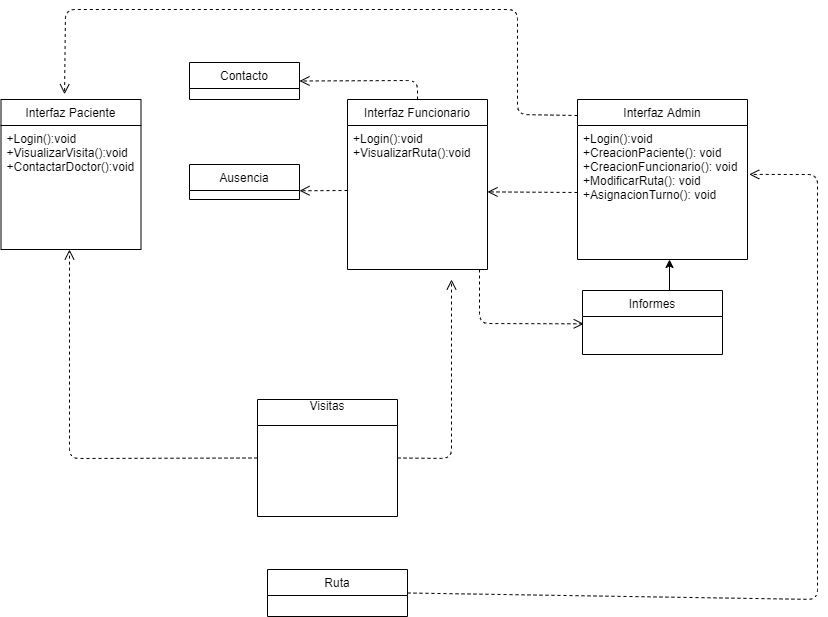
Earlier version of the draw.io export Diagramas de clase/DiagramaCompleto.png (DanSotoC/G4HD). Source tidied: cells renumbered, new cells last; positions are measured from the earlier drawing's top-left corner, leaving out a move shared by most shapes.
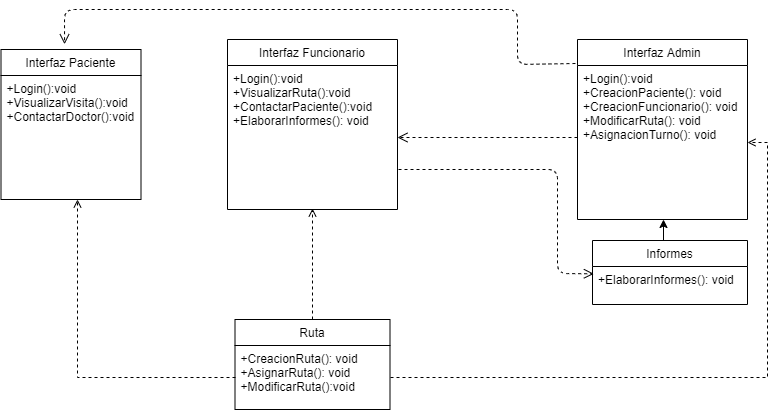
After the change.

The edit, as a diff of the source:
```diff
@@ -3,28 +3,30 @@
     <mxCell id="0" />
     <mxCell id="1" parent="0" />
     <mxCell id="2" value="Interfaz Funcionario" style="swimlane;fontStyle=0;horizontal=1;startSize=26;fillColor=none;" parent="1" vertex="1">
-      <mxGeometry x="346" y="90" width="140" height="170" as="geometry" />
+      <mxGeometry x="226" y="80" width="170" height="170" as="geometry" />
     </mxCell>
-    <mxCell id="3" value="+Login():void&#10;+VisualizarRuta():void" style="text;strokeColor=none;fillColor=none;align=left;verticalAlign=top;spacingLeft=4;spacingRight=4;overflow=hidden;points=[[0,0.5],[1,0.5]];portConstraint=eastwest;" parent="2" vertex="1">
-      <mxGeometry y="26" width="140" height="144" as="geometry" />
+    <mxCell id="3" value="+Login():void&#10;+VisualizarRuta():void&#10;+ContactarPaciente():void&#10;+ElaborarInformes(): void" style="text;strokeColor=none;fillColor=none;align=left;verticalAlign=top;spacingLeft=4;spacingRight=4;overflow=hidden;points=[[0,0.5],[1,0.5]];portConstraint=eastwest;" parent="2" vertex="1">
+      <mxGeometry y="26" width="170" height="144" as="geometry" />
     </mxCell>
-    <mxCell id="4" style="edgeStyle=orthogonalEdgeStyle;rounded=0;jettySize=auto;html=1;exitX=0.5;exitY=0;exitDx=0;exitDy=0;entryX=0.543;entryY=1;entryDx=0;entryDy=0;entryPerimeter=0;" parent="1" edge="1" source="5" target="9">
+    <mxCell id="4" style="edgeStyle=orthogonalEdgeStyle;rounded=0;jettySize=auto;html=1;exitX=0.5;exitY=0;exitDx=0;exitDy=0;entryX=0.506;entryY=1;entryDx=0;entryDy=0;entryPerimeter=0;" parent="1" edge="1" source="5" target="9">
       <mxGeometry relative="1" as="geometry" />
     </mxCell>
     <mxCell id="5" value="&#10;Informes&#10;" style="swimlane;fontStyle=0;horizontal=1;startSize=26;fillColor=none;" parent="1" vertex="1">
-      <mxGeometry x="581" y="281" width="140" height="64" as="geometry" />
+      <mxGeometry x="591" y="281" width="155" height="64" as="geometry" />
     </mxCell>
-    <mxCell id="6" value="&#10;" style="text;strokeColor=none;fillColor=none;align=left;verticalAlign=top;spacingLeft=4;spacingRight=4;overflow=hidden;points=[[0,0.5],[1,0.5]];portConstraint=eastwest;" parent="5" vertex="1">
-      <mxGeometry y="26" width="140" height="38" as="geometry" />
+    <mxCell id="6" value="+ElaborarInformes(): void" style="text;strokeColor=none;fillColor=none;align=left;verticalAlign=top;spacingLeft=4;spacingRight=4;overflow=hidden;points=[[0,0.5],[1,0.5]];portConstraint=eastwest;" parent="5" vertex="1">
+      <mxGeometry y="26" width="155" height="38" as="geometry" />
     </mxCell>
-    <mxCell id="7" style="html=1;verticalAlign=bottom;endArrow=open;dashed=1;endSize=8;entryX=1;entryY=0.461;entryDx=0;entryDy=0;entryPerimeter=0;exitX=0;exitY=0.5;exitDx=0;exitDy=0;" parent="1" edge="1" source="9" target="3">
-      <mxGeometry relative="1" as="geometry" />
+    <mxCell id="7" style="html=1;verticalAlign=bottom;endArrow=open;dashed=1;endSize=8;entryX=1;entryY=0.5;entryDx=0;entryDy=0;" parent="1" edge="1" target="3">
+      <mxGeometry relative="1" as="geometry">
+        <mxPoint x="576" y="178" as="sourcePoint" />
+      </mxGeometry>
     </mxCell>
     <mxCell id="8" value="&#10;Interfaz Admin&#10;" style="swimlane;fontStyle=0;horizontal=1;startSize=26;fillColor=none;" parent="1" vertex="1">
-      <mxGeometry x="576" y="90" width="170" height="160" as="geometry" />
+      <mxGeometry x="576" y="80" width="170" height="180" as="geometry" />
     </mxCell>
     <mxCell id="9" value="+Login():void&#10;+CreacionPaciente(): void&#10;+CreacionFuncionario(): void&#10;+ModificarRuta(): void&#10;+AsignacionTurno(): void" style="text;strokeColor=none;fillColor=none;align=left;verticalAlign=top;spacingLeft=4;spacingRight=4;overflow=hidden;points=[[0,0.5],[1,0.5]];portConstraint=eastwest;" parent="8" vertex="1">
-      <mxGeometry y="26" width="170" height="134" as="geometry" />
+      <mxGeometry y="26" width="170" height="154" as="geometry" />
     </mxCell>
     <mxCell id="10" value="Interfaz Paciente" style="swimlane;fontStyle=0;horizontal=1;startSize=26;fillColor=none;" parent="1" vertex="1">
       <mxGeometry x="-0.5" y="90" width="140" height="150" as="geometry" />
@@ -32,70 +34,38 @@
     <mxCell id="11" value="+Login():void&#10;+VisualizarVisita():void&#10;+ContactarDoctor():void" style="text;strokeColor=none;fillColor=none;align=left;verticalAlign=top;spacingLeft=4;spacingRight=4;overflow=hidden;points=[[0,0.5],[1,0.5]];portConstraint=eastwest;" parent="10" vertex="1">
       <mxGeometry y="26" width="140" height="124" as="geometry" />
     </mxCell>
-    <mxCell id="12" value="Visitas&#10;" style="swimlane;fontStyle=0;horizontal=1;startSize=26;fillColor=none;" parent="1" vertex="1">
-      <mxGeometry x="256" y="390" width="140" height="117" as="geometry" />
-    </mxCell>
-    <mxCell id="13" style="html=1;verticalAlign=bottom;endArrow=open;dashed=1;endSize=8;exitX=0;exitY=0.5;exitDx=0;exitDy=0;" parent="1" edge="1" source="12">
-      <mxGeometry relative="1" as="geometry">
-        <mxPoint x="68" y="240" as="targetPoint" />
-        <Array as="points">
-          <mxPoint x="68" y="449" />
-        </Array>
-      </mxGeometry>
-    </mxCell>
-    <mxCell id="14" style="html=1;verticalAlign=bottom;endArrow=open;dashed=1;endSize=8;exitX=1;exitY=0.5;exitDx=0;exitDy=0;" parent="1" edge="1" source="12">
-      <mxGeometry relative="1" as="geometry">
-        <mxPoint x="450" y="270" as="targetPoint" />
-        <Array as="points">
-          <mxPoint x="450" y="449" />
-        </Array>
-      </mxGeometry>
-    </mxCell>
-    <mxCell id="15" style="html=1;verticalAlign=bottom;endArrow=open;dashed=1;endSize=8;exitX=0;exitY=0.1;exitDx=0;exitDy=0;exitPerimeter=0;entryX=0.454;entryY=-0.035;entryDx=0;entryDy=0;entryPerimeter=0;" parent="1" edge="1" source="8" target="10">
+    <mxCell id="15" style="html=1;verticalAlign=bottom;endArrow=open;dashed=1;endSize=8;exitX=-0.012;exitY=-0.013;exitDx=0;exitDy=0;exitPerimeter=0;entryX=0.454;entryY=-0.035;entryDx=0;entryDy=0;entryPerimeter=0;" parent="1" edge="1" source="9" target="10">
       <mxGeometry relative="1" as="geometry">
         <Array as="points">
           <mxPoint x="516" y="105" />
-          <mxPoint x="516" />
-          <mxPoint x="64" />
+          <mxPoint x="516" y="50" />
+          <mxPoint x="63" y="50" />
         </Array>
       </mxGeometry>
     </mxCell>
+    <mxCell id="18" style="html=1;verticalAlign=bottom;endArrow=open;dashed=1;endSize=8;entryX=0.009;entryY=0.193;entryDx=0;entryDy=0;entryPerimeter=0;" parent="1" edge="1" target="6">
+      <mxGeometry relative="1" as="geometry">
+        <mxPoint x="397" y="210" as="sourcePoint" />
+        <Array as="points">
+          <mxPoint x="556" y="210" />
+          <mxPoint x="556" y="314" />
+        </Array>
+      </mxGeometry>
+    </mxCell>
+    <mxCell id="23" style="edgeStyle=orthogonalEdgeStyle;rounded=0;jettySize=auto;html=1;exitX=0.5;exitY=0;exitDx=0;exitDy=0;entryX=0.5;entryY=0.993;entryDx=0;entryDy=0;entryPerimeter=0;dashed=1;endArrow=open;endFill=0;" parent="1" edge="1" source="16" target="3">
+      <mxGeometry relative="1" as="geometry" />
+    </mxCell>
-    <mxCell id="16" value="&#10;Ruta&#10;" style="swimlane;fontStyle=0;horizontal=1;startSize=26;fillColor=none;" parent="1" vertex="1">
-      <mxGeometry x="266" y="560" width="140" height="47" as="geometry" />
+    <mxCell id="16" value="Ruta" style="swimlane;fontStyle=0;horizontal=1;startSize=26;fillColor=none;" parent="1" vertex="1">
+      <mxGeometry x="233.5" y="360" width="155" height="90" as="geometry" />
     </mxCell>
-    <mxCell id="17" style="html=1;verticalAlign=bottom;endArrow=open;dashed=1;endSize=8;entryX=1.01;entryY=0.365;entryDx=0;entryDy=0;exitX=1;exitY=0.5;exitDx=0;exitDy=0;entryPerimeter=0;" parent="1" edge="1" source="16" target="9">
-      <mxGeometry relative="1" as="geometry">
-        <Array as="points">
-          <mxPoint x="816" y="590" />
-          <mxPoint x="816" y="165" />
-        </Array>
-      </mxGeometry>
-    </mxCell>
-    <mxCell id="18" style="html=1;verticalAlign=bottom;endArrow=open;dashed=1;endSize=8;entryX=0.009;entryY=0.193;entryDx=0;entryDy=0;entryPerimeter=0;" parent="1" edge="1" target="6">
-      <mxGeometry relative="1" as="geometry">
-        <mxPoint x="478" y="260" as="sourcePoint" />
-        <Array as="points">
-          <mxPoint x="478" y="314" />
-        </Array>
-      </mxGeometry>
-    </mxCell>
-    <mxCell id="19" value="&#10;Ausencia&#10;" style="swimlane;fontStyle=0;horizontal=1;startSize=26;fillColor=none;" parent="1" vertex="1">
-      <mxGeometry x="188" y="155" width="110" height="35" as="geometry" />
-    </mxCell>
-    <mxCell id="20" value="&#10;Contacto&#10;" style="swimlane;fontStyle=0;horizontal=1;startSize=26;fillColor=none;" parent="1" vertex="1">
-      <mxGeometry x="188" y="53" width="110" height="37" as="geometry" />
-    </mxCell>
-    <mxCell id="21" style="html=1;verticalAlign=bottom;endArrow=open;dashed=1;endSize=8;entryX=1;entryY=0.5;entryDx=0;entryDy=0;exitX=0.5;exitY=0;exitDx=0;exitDy=0;" parent="1" edge="1" source="2" target="20">
-      <mxGeometry relative="1" as="geometry">
-        <Array as="points">
-          <mxPoint x="416" y="71" />
-        </Array>
-      </mxGeometry>
-    </mxCell>
-    <mxCell id="22" style="html=1;verticalAlign=bottom;endArrow=open;dashed=1;endSize=8;entryX=1;entryY=0.75;entryDx=0;entryDy=0;" parent="1" edge="1" target="19">
-      <mxGeometry relative="1" as="geometry">
-        <mxPoint x="346" y="181" as="sourcePoint" />
-      </mxGeometry>
-    </mxCell>
+    <mxCell id="24" value="+CreacionRuta(): void&#10;+AsignarRuta(): void&#10;+ModificarRuta():void" style="text;strokeColor=none;fillColor=none;align=left;verticalAlign=top;spacingLeft=4;spacingRight=4;overflow=hidden;points=[[0,0.5],[1,0.5]];portConstraint=eastwest;" parent="16" vertex="1">
+      <mxGeometry y="26" width="155" height="64" as="geometry" />
+    </mxCell>
+    <mxCell id="25" style="edgeStyle=orthogonalEdgeStyle;rounded=0;jettySize=auto;html=1;exitX=0;exitY=0.5;exitDx=0;exitDy=0;entryX=0.546;entryY=1;entryDx=0;entryDy=0;entryPerimeter=0;dashed=1;endArrow=open;endFill=0;" parent="1" edge="1" source="24" target="11">
+      <mxGeometry relative="1" as="geometry" />
+    </mxCell>
+    <mxCell id="26" style="edgeStyle=orthogonalEdgeStyle;rounded=0;jettySize=auto;html=1;exitX=1;exitY=0.5;exitDx=0;exitDy=0;dashed=1;endArrow=open;endFill=0;entryX=1;entryY=0.5;entryDx=0;entryDy=0;" parent="1" edge="1" source="24" target="9">
+      <mxGeometry relative="1" as="geometry" />
+    </mxCell>
   </root>
 </mxGraphModel>
```
